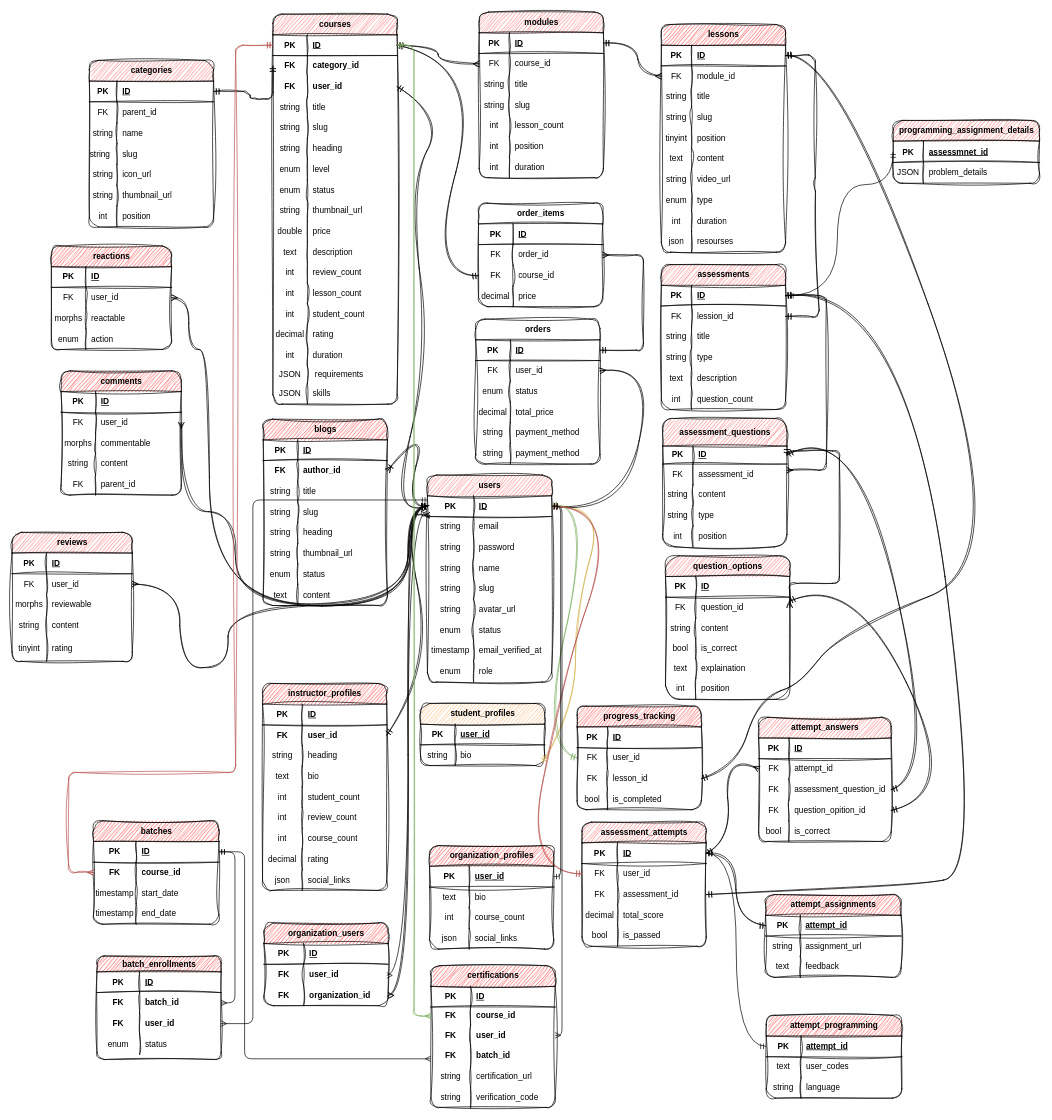
Before: CodeZoneDatabase.drawio in BuiVanHuy001/CodeZone, a draw.io diagram. Source tidied: cells renumbered, new cells numbered last; positions are measured from the earlier drawing's top-left corner, leaving out a move shared by most shapes. Both pictures are drawn from the tidied source at 69%, with x=0, y=0 at pixel (12, 12).
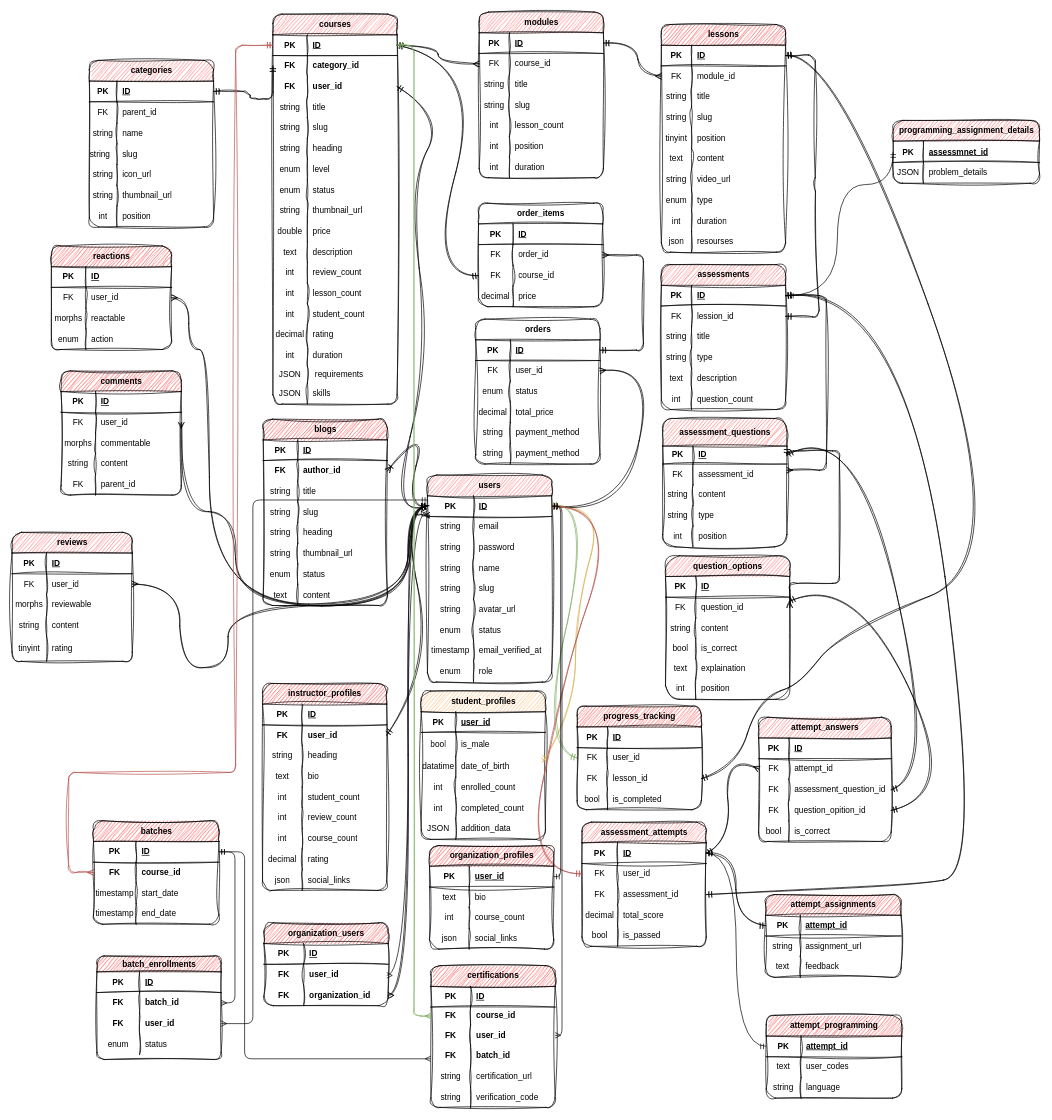
Above is the later version.

The edit, as a diff of the source:
```diff
@@
     <mxCell id="215" value="student_profiles" style="shape=table;startSize=30;childLayout=tableLayout;rowLines=0;fontStyle=1;align=center;html=1;sketch=1;curveFitting=1;jiggle=2;rounded=1;shadow=0;fillColor=#FFB366;" parent="1" vertex="1">
-      <mxGeometry x="592" y="1002" width="180" height="90" as="geometry" />
+      <mxGeometry x="593" y="984" width="180" height="215" as="geometry" />
     </mxCell>
@@
     <mxCell id="219" style="shape=tableRow;horizontal=0;startSize=0;swimlaneHead=0;swimlaneBody=0;fillColor=none;top=0;left=0;right=0;bottom=0;sketch=1;curveFitting=1;jiggle=2;rounded=1;shadow=0;" parent="215" vertex="1">
-      <mxGeometry y="60" width="180" height="30" as="geometry" />
+      <mxGeometry y="60" width="180" height="35" as="geometry" />
     </mxCell>
-    <mxCell id="220" value="string" style="shape=partialRectangle;fillColor=none;top=0;left=0;bottom=0;right=0;overflow=hidden;whiteSpace=wrap;html=1;align=center;sketch=1;curveFitting=1;jiggle=2;rounded=1;shadow=0;" parent="219" vertex="1">
-      <mxGeometry width="50" height="30" as="geometry" />
+    <mxCell id="220" value="bool" style="shape=partialRectangle;fillColor=none;top=0;left=0;bottom=0;right=0;overflow=hidden;whiteSpace=wrap;html=1;align=center;sketch=1;curveFitting=1;jiggle=2;rounded=1;shadow=0;" parent="219" vertex="1">
+      <mxGeometry width="50" height="35" as="geometry" />
     </mxCell>
-    <mxCell id="221" value="bio" style="shape=partialRectangle;fillColor=none;top=0;left=0;bottom=0;right=0;align=left;spacingLeft=6;overflow=hidden;whiteSpace=wrap;html=1;sketch=1;curveFitting=1;jiggle=2;rounded=1;shadow=0;" parent="219" vertex="1">
-      <mxGeometry x="50" width="130" height="30" as="geometry" />
+    <mxCell id="221" value="is_male" style="shape=partialRectangle;fillColor=none;top=0;left=0;bottom=0;right=0;align=left;spacingLeft=6;overflow=hidden;whiteSpace=wrap;html=1;sketch=1;curveFitting=1;jiggle=2;rounded=1;shadow=0;" parent="219" vertex="1">
+      <mxGeometry x="50" width="130" height="35" as="geometry" />
     </mxCell>
+    <mxCell id="526" style="shape=tableRow;horizontal=0;startSize=0;swimlaneHead=0;swimlaneBody=0;fillColor=none;top=0;left=0;right=0;bottom=0;sketch=1;curveFitting=1;jiggle=2;rounded=1;shadow=0;" parent="215" vertex="1">
+      <mxGeometry y="95" width="180" height="30" as="geometry" />
+    </mxCell>
+    <mxCell id="527" value="datatime" style="shape=partialRectangle;fillColor=none;top=0;left=0;bottom=0;right=0;overflow=hidden;whiteSpace=wrap;html=1;align=center;sketch=1;curveFitting=1;jiggle=2;rounded=1;shadow=0;" parent="526" vertex="1">
+      <mxGeometry width="50" height="30" as="geometry" />
+    </mxCell>
+    <mxCell id="528" value="date_of_birth" style="shape=partialRectangle;fillColor=none;top=0;left=0;bottom=0;right=0;align=left;spacingLeft=6;overflow=hidden;whiteSpace=wrap;html=1;sketch=1;curveFitting=1;jiggle=2;rounded=1;shadow=0;" parent="526" vertex="1">
+      <mxGeometry x="50" width="130" height="30" as="geometry" />
+    </mxCell>
+    <mxCell id="529" style="shape=tableRow;horizontal=0;startSize=0;swimlaneHead=0;swimlaneBody=0;fillColor=none;top=0;left=0;right=0;bottom=0;sketch=1;curveFitting=1;jiggle=2;rounded=1;shadow=0;" parent="215" vertex="1">
+      <mxGeometry y="125" width="180" height="30" as="geometry" />
+    </mxCell>
+    <mxCell id="530" value="int" style="shape=partialRectangle;fillColor=none;top=0;left=0;bottom=0;right=0;overflow=hidden;whiteSpace=wrap;html=1;align=center;sketch=1;curveFitting=1;jiggle=2;rounded=1;shadow=0;" parent="529" vertex="1">
+      <mxGeometry width="50" height="30" as="geometry" />
+    </mxCell>
+    <mxCell id="531" value="enrolled_count" style="shape=partialRectangle;fillColor=none;top=0;left=0;bottom=0;right=0;align=left;spacingLeft=6;overflow=hidden;whiteSpace=wrap;html=1;sketch=1;curveFitting=1;jiggle=2;rounded=1;shadow=0;" parent="529" vertex="1">
+      <mxGeometry x="50" width="130" height="30" as="geometry" />
+    </mxCell>
+    <mxCell id="532" style="shape=tableRow;horizontal=0;startSize=0;swimlaneHead=0;swimlaneBody=0;fillColor=none;top=0;left=0;right=0;bottom=0;sketch=1;curveFitting=1;jiggle=2;rounded=1;shadow=0;" parent="215" vertex="1">
+      <mxGeometry y="155" width="180" height="30" as="geometry" />
+    </mxCell>
+    <mxCell id="533" value="int" style="shape=partialRectangle;fillColor=none;top=0;left=0;bottom=0;right=0;overflow=hidden;whiteSpace=wrap;html=1;align=center;sketch=1;curveFitting=1;jiggle=2;rounded=1;shadow=0;" parent="532" vertex="1">
+      <mxGeometry width="50" height="30" as="geometry" />
+    </mxCell>
+    <mxCell id="534" value="completed_count" style="shape=partialRectangle;fillColor=none;top=0;left=0;bottom=0;right=0;align=left;spacingLeft=6;overflow=hidden;whiteSpace=wrap;html=1;sketch=1;curveFitting=1;jiggle=2;rounded=1;shadow=0;" parent="532" vertex="1">
+      <mxGeometry x="50" width="130" height="30" as="geometry" />
+    </mxCell>
+    <mxCell id="535" style="shape=tableRow;horizontal=0;startSize=0;swimlaneHead=0;swimlaneBody=0;fillColor=none;top=0;left=0;right=0;bottom=0;sketch=1;curveFitting=1;jiggle=2;rounded=1;shadow=0;" parent="215" vertex="1">
+      <mxGeometry y="185" width="180" height="30" as="geometry" />
+    </mxCell>
+    <mxCell id="536" value="JSON" style="shape=partialRectangle;fillColor=none;top=0;left=0;bottom=0;right=0;overflow=hidden;whiteSpace=wrap;html=1;align=center;sketch=1;curveFitting=1;jiggle=2;rounded=1;shadow=0;" parent="535" vertex="1">
+      <mxGeometry width="50" height="30" as="geometry" />
+    </mxCell>
+    <mxCell id="537" value="addition_data" style="shape=partialRectangle;fillColor=none;top=0;left=0;bottom=0;right=0;align=left;spacingLeft=6;overflow=hidden;whiteSpace=wrap;html=1;sketch=1;curveFitting=1;jiggle=2;rounded=1;shadow=0;" parent="535" vertex="1">
+      <mxGeometry x="50" width="130" height="30" as="geometry" />
+    </mxCell>
```
